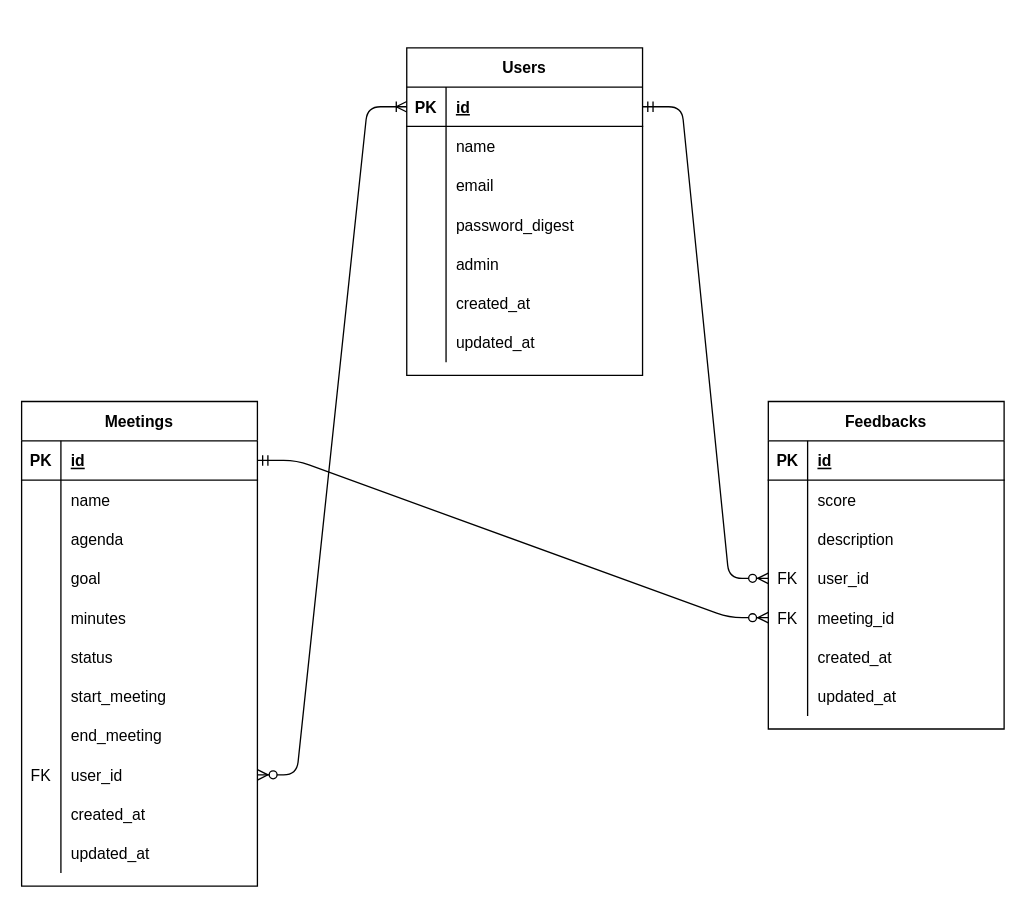
Earlier version of the draw.io diagram ER.drawio (ushimedia/catalog_task_2). Source tidied: cells renumbered, new cells numbered last; positions are measured from the earlier drawing's top-left corner, leaving out a move shared by most shapes. Both pictures are drawn from the tidied source at 131%, with x=0, y=0 at pixel (21, 47).
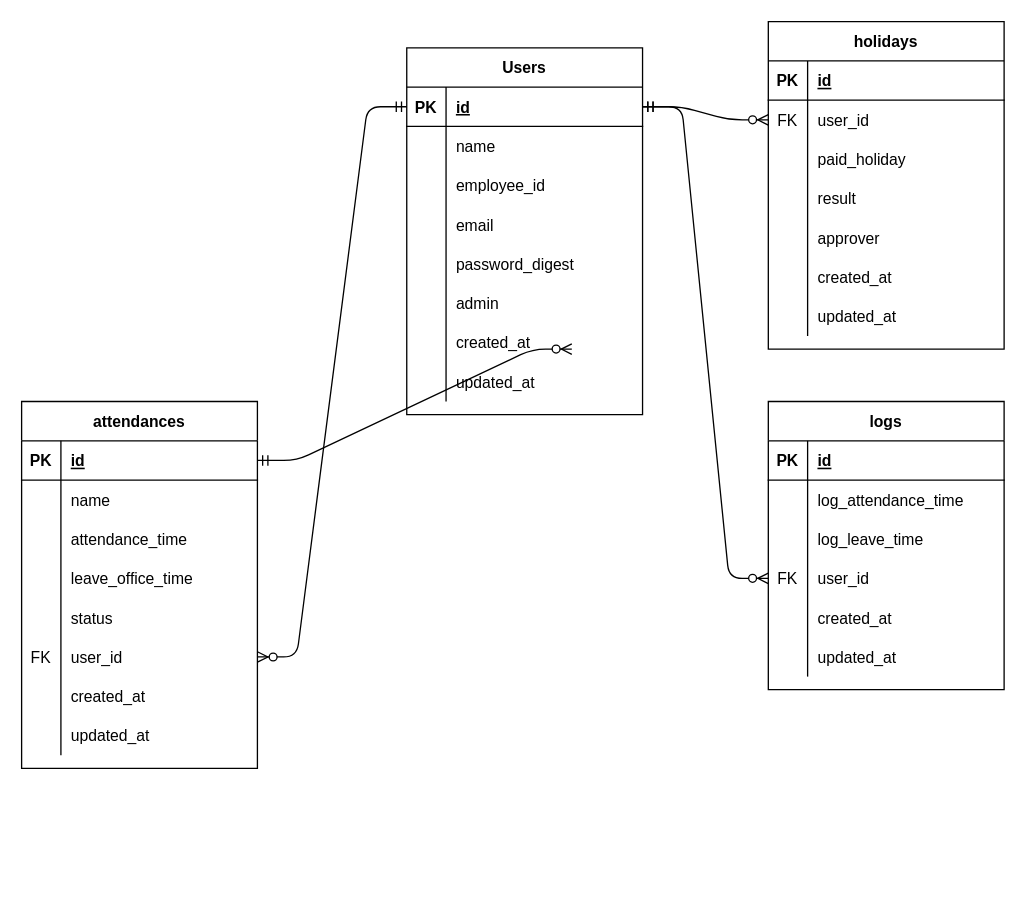
After the change.

Unchanged cells that the change refers to:
```xml
<mxCell id="6" style="shape=partialRectangle;fillColor=none;top=0;left=0;bottom=0;right=0;" parent="2" vertex="1">
  <mxGeometry y="60" width="180" height="30" as="geometry" />
</mxCell>
<mxCell id="9" style="shape=partialRectangle;fillColor=none;top=0;left=0;bottom=0;right=0;" parent="2" vertex="1">
  <mxGeometry y="90" width="180" height="30" as="geometry" />
</mxCell>
<mxCell id="25" style="shape=partialRectangle;fillColor=none;top=0;left=0;bottom=1;right=0;points=[[0,0.5],[1,0.5]];portConstraint=eastwest;" parent="24" vertex="1">
  <mxGeometry y="30" width="180" height="30" as="geometry" />
</mxCell>
<mxCell id="31" style="shape=partialRectangle;fillColor=none;top=0;left=0;bottom=0;right=0;" parent="24" vertex="1">
  <mxGeometry y="90" width="180" height="30" as="geometry" />
</mxCell>
<mxCell id="34" style="shape=partialRectangle;fillColor=none;top=0;left=0;bottom=0;right=0;" parent="24" vertex="1">
  <mxGeometry y="120" width="180" height="30" as="geometry" />
</mxCell>
<mxCell id="37" style="shape=partialRectangle;fillColor=none;top=0;left=0;bottom=0;right=0;" parent="24" vertex="1">
  <mxGeometry y="150" width="180" height="30" as="geometry" />
</mxCell>
<mxCell id="59" style="shape=partialRectangle;fillColor=none;top=0;left=0;bottom=1;right=0;points=[[0,0.5],[1,0.5]];portConstraint=eastwest;" parent="58" vertex="1">
  <mxGeometry y="30" width="180" height="30" as="geometry" />
</mxCell>
```

The edit, as a diff of the source:
```diff
@@
-    <mxCell id="2" value="Feedbacks" style="shape=table;startSize=30;childLayout=tableLayout;rowLines=0;fontStyle=1;align=center;" parent="1" vertex="1">
-      <mxGeometry x="570" y="270" width="180" height="250" as="geometry" />
+    <mxCell id="2" value="logs" style="shape=table;startSize=30;childLayout=tableLayout;rowLines=0;fontStyle=1;align=center;" parent="1" vertex="1">
+      <mxGeometry x="570" y="270" width="180" height="220" as="geometry" />
     </mxCell>
@@
-    <mxCell id="8" value="score" style="shape=partialRectangle;fillColor=none;top=0;left=0;bottom=0;right=0;align=left;spacingLeft=6;overflow=hidden;" parent="6" vertex="1">
+    <mxCell id="8" value="log_attendance_time" style="shape=partialRectangle;fillColor=none;top=0;left=0;bottom=0;right=0;align=left;spacingLeft=6;overflow=hidden;" parent="6" vertex="1">
       <mxGeometry x="30" width="150" height="30" as="geometry" />
     </mxCell>
@@
-    <mxCell id="11" value="description" style="shape=partialRectangle;fillColor=none;top=0;left=0;bottom=0;right=0;align=left;spacingLeft=6;overflow=hidden;" parent="9" vertex="1">
+    <mxCell id="11" value="log_leave_time" style="shape=partialRectangle;fillColor=none;top=0;left=0;bottom=0;right=0;align=left;spacingLeft=6;overflow=hidden;" parent="9" vertex="1">
       <mxGeometry x="30" width="150" height="30" as="geometry" />
     </mxCell>
@@
-    <mxCell id="15" style="shape=partialRectangle;fillColor=none;top=0;left=0;bottom=0;right=0;points=[[0,0.5],[1,0.5]];portConstraint=eastwest;" parent="2" vertex="1">
-      <mxGeometry y="150" width="180" height="30" as="geometry" />
-    </mxCell>
-    <mxCell id="16" value="FK" style="shape=partialRectangle;fillColor=none;top=0;left=0;bottom=0;right=0;overflow=hidden;" parent="15" vertex="1">
-      <mxGeometry width="30" height="30" as="geometry" />
-    </mxCell>
-    <mxCell id="17" value="meeting_id" style="shape=partialRectangle;fillColor=none;top=0;left=0;bottom=0;right=0;align=left;spacingLeft=6;overflow=hidden;" parent="15" vertex="1">
-      <mxGeometry x="30" width="150" height="30" as="geometry" />
-    </mxCell>
     <mxCell id="18" style="shape=partialRectangle;fillColor=none;top=0;left=0;bottom=0;right=0;" parent="2" vertex="1">
-      <mxGeometry y="180" width="180" height="30" as="geometry" />
+      <mxGeometry y="150" width="180" height="30" as="geometry" />
     </mxCell>
@@
     <mxCell id="21" style="shape=partialRectangle;fillColor=none;top=0;left=0;bottom=0;right=0;" parent="2" vertex="1">
-      <mxGeometry y="210" width="180" height="30" as="geometry" />
+      <mxGeometry y="180" width="180" height="30" as="geometry" />
     </mxCell>
@@
-    <mxCell id="24" value="Meetings" style="shape=table;startSize=30;childLayout=tableLayout;rowLines=0;fontStyle=1;align=center;" parent="1" vertex="1">
-      <mxGeometry y="270" width="180" height="370" as="geometry" />
+    <mxCell id="24" value="attendances" style="shape=table;startSize=30;childLayout=tableLayout;rowLines=0;fontStyle=1;align=center;" parent="1" vertex="1">
+      <mxGeometry y="270" width="180" height="280" as="geometry" />
     </mxCell>
@@
-    <mxCell id="33" value="agenda" style="shape=partialRectangle;fillColor=none;top=0;left=0;bottom=0;right=0;align=left;spacingLeft=6;overflow=hidden;" parent="31" vertex="1">
+    <mxCell id="33" value="attendance_time" style="shape=partialRectangle;fillColor=none;top=0;left=0;bottom=0;right=0;align=left;spacingLeft=6;overflow=hidden;" parent="31" vertex="1">
       <mxGeometry x="30" width="150" height="30" as="geometry" />
     </mxCell>
@@
-    <mxCell id="36" value="goal" style="shape=partialRectangle;fillColor=none;top=0;left=0;bottom=0;right=0;align=left;spacingLeft=6;overflow=hidden;" parent="34" vertex="1">
+    <mxCell id="36" value="leave_office_time" style="shape=partialRectangle;fillColor=none;top=0;left=0;bottom=0;right=0;align=left;spacingLeft=6;overflow=hidden;" parent="34" vertex="1">
       <mxGeometry x="30" width="150" height="30" as="geometry" />
     </mxCell>
@@
-    <mxCell id="39" value="minutes" style="shape=partialRectangle;fillColor=none;top=0;left=0;bottom=0;right=0;align=left;spacingLeft=6;overflow=hidden;" parent="37" vertex="1">
+    <mxCell id="39" value="status" style="shape=partialRectangle;fillColor=none;top=0;left=0;bottom=0;right=0;align=left;spacingLeft=6;overflow=hidden;" parent="37" vertex="1">
       <mxGeometry x="30" width="150" height="30" as="geometry" />
     </mxCell>
-    <mxCell id="40" style="shape=partialRectangle;fillColor=none;top=0;left=0;bottom=0;right=0;" parent="24" vertex="1">
-      <mxGeometry y="180" width="180" height="30" as="geometry" />
-    </mxCell>
-    <mxCell id="41" style="shape=partialRectangle;fillColor=none;top=0;left=0;bottom=0;right=0;overflow=hidden;" parent="40" vertex="1">
-      <mxGeometry width="30" height="30" as="geometry" />
-    </mxCell>
-    <mxCell id="42" value="status" style="shape=partialRectangle;fillColor=none;top=0;left=0;bottom=0;right=0;align=left;spacingLeft=6;overflow=hidden;" parent="40" vertex="1">
-      <mxGeometry x="30" width="150" height="30" as="geometry" />
-    </mxCell>
-    <mxCell id="43" style="shape=partialRectangle;fillColor=none;top=0;left=0;bottom=0;right=0;" parent="24" vertex="1">
-      <mxGeometry y="210" width="180" height="30" as="geometry" />
-    </mxCell>
-    <mxCell id="44" style="shape=partialRectangle;fillColor=none;top=0;left=0;bottom=0;right=0;overflow=hidden;" parent="43" vertex="1">
-      <mxGeometry width="30" height="30" as="geometry" />
-    </mxCell>
-    <mxCell id="45" value="start_meeting" style="shape=partialRectangle;fillColor=none;top=0;left=0;bottom=0;right=0;align=left;spacingLeft=6;overflow=hidden;" parent="43" vertex="1">
-      <mxGeometry x="30" width="150" height="30" as="geometry" />
-    </mxCell>
-    <mxCell id="46" style="shape=partialRectangle;fillColor=none;top=0;left=0;bottom=0;right=0;" parent="24" vertex="1">
-      <mxGeometry y="240" width="180" height="30" as="geometry" />
-    </mxCell>
-    <mxCell id="47" style="shape=partialRectangle;fillColor=none;top=0;left=0;bottom=0;right=0;overflow=hidden;" parent="46" vertex="1">
-      <mxGeometry width="30" height="30" as="geometry" />
-    </mxCell>
-    <mxCell id="48" value="end_meeting" style="shape=partialRectangle;fillColor=none;top=0;left=0;bottom=0;right=0;align=left;spacingLeft=6;overflow=hidden;" parent="46" vertex="1">
-      <mxGeometry x="30" width="150" height="30" as="geometry" />
-    </mxCell>
     <mxCell id="49" style="shape=partialRectangle;fillColor=none;top=0;left=0;bottom=0;right=0;points=[[0,0.5],[1,0.5]];portConstraint=eastwest;" parent="24" vertex="1">
-      <mxGeometry y="270" width="180" height="30" as="geometry" />
+      <mxGeometry y="180" width="180" height="30" as="geometry" />
     </mxCell>
@@
     <mxCell id="52" style="shape=partialRectangle;fillColor=none;top=0;left=0;bottom=0;right=0;" parent="24" vertex="1">
-      <mxGeometry y="300" width="180" height="30" as="geometry" />
+      <mxGeometry y="210" width="180" height="30" as="geometry" />
     </mxCell>
@@
     <mxCell id="55" style="shape=partialRectangle;fillColor=none;top=0;left=0;bottom=0;right=0;" parent="24" vertex="1">
-      <mxGeometry y="330" width="180" height="30" as="geometry" />
+      <mxGeometry y="240" width="180" height="30" as="geometry" />
     </mxCell>
@@
     <mxCell id="58" value="Users" style="shape=table;startSize=30;childLayout=tableLayout;rowLines=0;fontStyle=1;align=center;" parent="1" vertex="1">
-      <mxGeometry x="294" width="180" height="250" as="geometry" />
+      <mxGeometry x="294" width="180" height="280" as="geometry" />
     </mxCell>
@@
+    <mxCell id="83" style="shape=partialRectangle;fillColor=none;top=0;left=0;bottom=0;right=0;" parent="58" vertex="1">
+      <mxGeometry y="90" width="180" height="30" as="geometry" />
+    </mxCell>
+    <mxCell id="84" style="shape=partialRectangle;fillColor=none;top=0;left=0;bottom=0;right=0;overflow=hidden;" parent="83" vertex="1">
+      <mxGeometry width="30" height="30" as="geometry" />
+    </mxCell>
+    <mxCell id="85" value="employee_id" style="shape=partialRectangle;fillColor=none;top=0;left=0;bottom=0;right=0;align=left;spacingLeft=6;overflow=hidden;" parent="83" vertex="1">
+      <mxGeometry x="30" width="150" height="30" as="geometry" />
+    </mxCell>
     <mxCell id="65" style="shape=partialRectangle;fillColor=none;top=0;left=0;bottom=0;right=0;" parent="58" vertex="1">
-      <mxGeometry y="90" width="180" height="30" as="geometry" />
+      <mxGeometry y="120" width="180" height="30" as="geometry" />
     </mxCell>
@@
     <mxCell id="68" style="shape=partialRectangle;fillColor=none;top=0;left=0;bottom=0;right=0;" parent="58" vertex="1">
-      <mxGeometry y="120" width="180" height="30" as="geometry" />
+      <mxGeometry y="150" width="180" height="30" as="geometry" />
     </mxCell>
@@
     <mxCell id="71" style="shape=partialRectangle;fillColor=none;top=0;left=0;bottom=0;right=0;" parent="58" vertex="1">
-      <mxGeometry y="150" width="180" height="30" as="geometry" />
+      <mxGeometry y="180" width="180" height="30" as="geometry" />
     </mxCell>
@@
     <mxCell id="74" style="shape=partialRectangle;fillColor=none;top=0;left=0;bottom=0;right=0;" parent="58" vertex="1">
-      <mxGeometry y="180" width="180" height="30" as="geometry" />
+      <mxGeometry y="210" width="180" height="30" as="geometry" />
     </mxCell>
@@
     <mxCell id="77" style="shape=partialRectangle;fillColor=none;top=0;left=0;bottom=0;right=0;" parent="58" vertex="1">
-      <mxGeometry y="210" width="180" height="30" as="geometry" />
+      <mxGeometry y="240" width="180" height="30" as="geometry" />
     </mxCell>
@@
-    <mxCell id="81" style="edgeStyle=entityRelationEdgeStyle;fontSize=12;html=1;endArrow=ERzeroToMany;startArrow=ERmandOne;exitX=1;exitY=0.5;exitDx=0;exitDy=0;entryX=0;entryY=0.5;entryDx=0;entryDy=0;" parent="1" edge="1" source="25" target="15">
-      <mxGeometry relative="1" as="geometry" />
+    <mxCell id="81" style="edgeStyle=entityRelationEdgeStyle;fontSize=12;html=1;endArrow=ERzeroToMany;startArrow=ERmandOne;exitX=1;exitY=0.5;exitDx=0;exitDy=0;entryX=0;entryY=0.5;entryDx=0;entryDy=0;" parent="1" edge="1" source="25">
+      <mxGeometry relative="1" as="geometry">
+        <mxPoint x="420" y="230" as="targetPoint" />
+      </mxGeometry>
     </mxCell>
-    <mxCell id="82" style="edgeStyle=entityRelationEdgeStyle;fontSize=12;html=1;endArrow=ERoneToMany;startArrow=ERzeroToMany;exitX=1;exitY=0.5;exitDx=0;exitDy=0;entryX=0;entryY=0.5;entryDx=0;entryDy=0;" parent="1" edge="1" source="49" target="59">
-      <mxGeometry relative="1" as="geometry" />
-    </mxCell>
+    <mxCell id="86" style="edgeStyle=entityRelationEdgeStyle;fontSize=12;html=1;endArrow=ERzeroToMany;startArrow=ERmandOne;entryX=1;entryY=0.5;entryDx=0;entryDy=0;exitX=0;exitY=0.5;exitDx=0;exitDy=0;" parent="1" edge="1" source="59" target="49">
+      <mxGeometry relative="1" as="geometry" />
+    </mxCell>
+    <mxCell id="87" value="holidays" style="shape=table;startSize=30;childLayout=tableLayout;rowLines=0;fontStyle=1;align=center;" parent="1" vertex="1">
+      <mxGeometry x="570" y="-20" width="180" height="250" as="geometry" />
+    </mxCell>
+    <mxCell id="88" style="shape=partialRectangle;fillColor=none;top=0;left=0;bottom=1;right=0;" parent="87" vertex="1">
+      <mxGeometry y="30" width="180" height="30" as="geometry" />
+    </mxCell>
+    <mxCell id="89" value="PK" style="shape=partialRectangle;fillColor=none;top=0;left=0;bottom=0;right=0;fontStyle=1;overflow=hidden;" parent="88" vertex="1">
+      <mxGeometry width="30" height="30" as="geometry" />
+    </mxCell>
+    <mxCell id="90" value="id" style="shape=partialRectangle;fillColor=none;top=0;left=0;bottom=0;right=0;align=left;spacingLeft=6;fontStyle=5;overflow=hidden;" parent="88" vertex="1">
+      <mxGeometry x="30" width="150" height="30" as="geometry" />
+    </mxCell>
+    <mxCell id="91" style="shape=partialRectangle;fillColor=none;top=0;left=0;bottom=0;right=0;points=[[0,0.5],[1,0.5]];portConstraint=eastwest;" parent="87" vertex="1">
+      <mxGeometry y="60" width="180" height="30" as="geometry" />
+    </mxCell>
+    <mxCell id="16" value="FK" style="shape=partialRectangle;fillColor=none;top=0;left=0;bottom=0;right=0;overflow=hidden;" parent="91" vertex="1">
+      <mxGeometry width="30" height="30" as="geometry" />
+    </mxCell>
+    <mxCell id="92" value="user_id" style="shape=partialRectangle;fillColor=none;top=0;left=0;bottom=0;right=0;align=left;spacingLeft=6;overflow=hidden;" parent="91" vertex="1">
+      <mxGeometry x="30" width="150" height="30" as="geometry" />
+    </mxCell>
+    <mxCell id="93" style="shape=partialRectangle;fillColor=none;top=0;left=0;bottom=0;right=0;" parent="87" vertex="1">
+      <mxGeometry y="90" width="180" height="30" as="geometry" />
+    </mxCell>
+    <mxCell id="94" style="shape=partialRectangle;fillColor=none;top=0;left=0;bottom=0;right=0;overflow=hidden;" parent="93" vertex="1">
+      <mxGeometry width="30" height="30" as="geometry" />
+    </mxCell>
+    <mxCell id="95" value="paid_holiday" style="shape=partialRectangle;fillColor=none;top=0;left=0;bottom=0;right=0;align=left;spacingLeft=6;overflow=hidden;" parent="93" vertex="1">
+      <mxGeometry x="30" width="150" height="30" as="geometry" />
+    </mxCell>
+    <mxCell id="96" style="shape=partialRectangle;fillColor=none;top=0;left=0;bottom=0;right=0;" parent="87" vertex="1">
+      <mxGeometry y="120" width="180" height="30" as="geometry" />
+    </mxCell>
+    <mxCell id="97" style="shape=partialRectangle;fillColor=none;top=0;left=0;bottom=0;right=0;overflow=hidden;" parent="96" vertex="1">
+      <mxGeometry width="30" height="30" as="geometry" />
+    </mxCell>
+    <mxCell id="98" value="result" style="shape=partialRectangle;fillColor=none;top=0;left=0;bottom=0;right=0;align=left;spacingLeft=6;overflow=hidden;" parent="96" vertex="1">
+      <mxGeometry x="30" width="150" height="30" as="geometry" />
+    </mxCell>
+    <mxCell id="15" style="shape=partialRectangle;fillColor=none;top=0;left=0;bottom=0;right=0;points=[[0,0.5],[1,0.5]];portConstraint=eastwest;" parent="87" vertex="1">
+      <mxGeometry y="150" width="180" height="30" as="geometry" />
+    </mxCell>
+    <mxCell id="99" style="shape=partialRectangle;fillColor=none;top=0;left=0;bottom=0;right=0;overflow=hidden;" parent="15" vertex="1">
+      <mxGeometry width="30" height="30" as="geometry" />
+    </mxCell>
+    <mxCell id="100" value="approver" style="shape=partialRectangle;fillColor=none;top=0;left=0;bottom=0;right=0;align=left;spacingLeft=6;overflow=hidden;" parent="15" vertex="1">
+      <mxGeometry x="30" width="150" height="30" as="geometry" />
+    </mxCell>
+    <mxCell id="40" style="shape=partialRectangle;fillColor=none;top=0;left=0;bottom=0;right=0;" parent="87" vertex="1">
+      <mxGeometry y="180" width="180" height="30" as="geometry" />
+    </mxCell>
+    <mxCell id="101" style="shape=partialRectangle;fillColor=none;top=0;left=0;bottom=0;right=0;overflow=hidden;" parent="40" vertex="1">
+      <mxGeometry width="30" height="30" as="geometry" />
+    </mxCell>
+    <mxCell id="102" value="created_at" style="shape=partialRectangle;fillColor=none;top=0;left=0;bottom=0;right=0;align=left;spacingLeft=6;overflow=hidden;" parent="40" vertex="1">
+      <mxGeometry x="30" width="150" height="30" as="geometry" />
+    </mxCell>
+    <mxCell id="43" style="shape=partialRectangle;fillColor=none;top=0;left=0;bottom=0;right=0;" parent="87" vertex="1">
+      <mxGeometry y="210" width="180" height="30" as="geometry" />
+    </mxCell>
+    <mxCell id="103" style="shape=partialRectangle;fillColor=none;top=0;left=0;bottom=0;right=0;overflow=hidden;" parent="43" vertex="1">
+      <mxGeometry width="30" height="30" as="geometry" />
+    </mxCell>
+    <mxCell id="104" value="updated_at" style="shape=partialRectangle;fillColor=none;top=0;left=0;bottom=0;right=0;align=left;spacingLeft=6;overflow=hidden;" parent="43" vertex="1">
+      <mxGeometry x="30" width="150" height="30" as="geometry" />
+    </mxCell>
+    <mxCell id="105" style="edgeStyle=entityRelationEdgeStyle;fontSize=12;html=1;endArrow=ERzeroToMany;startArrow=ERmandOne;entryX=0;entryY=0.5;entryDx=0;entryDy=0;exitX=1;exitY=0.5;exitDx=0;exitDy=0;" parent="1" edge="1" source="59" target="91">
+      <mxGeometry relative="1" as="geometry" />
+    </mxCell>
```
